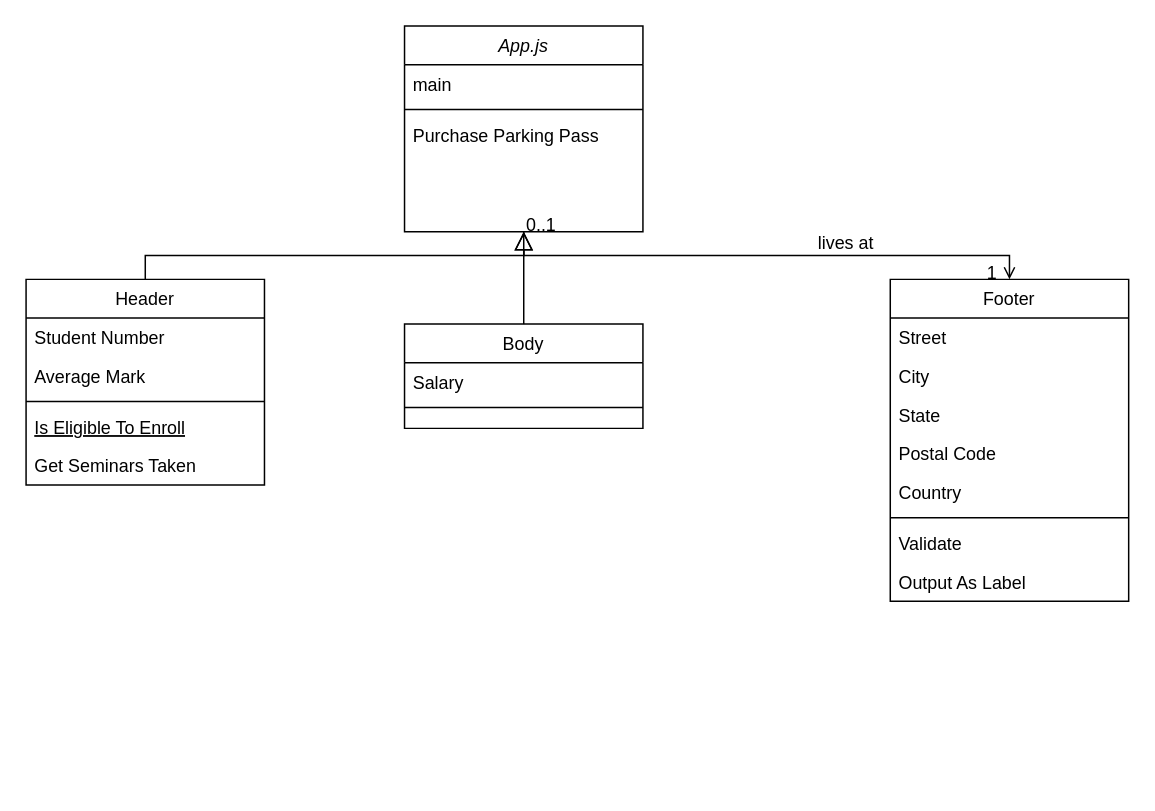
Above: Glog_Structure.drawio in junzero741/Glog (draw.io), before the change. Source tidied: cells renumbered, new cells numbered last; positions are measured from the earlier drawing's top-left corner, leaving out a move shared by most shapes. Both pictures are drawn from the tidied source at 149%, with x=0, y=0 at pixel (25, 25).
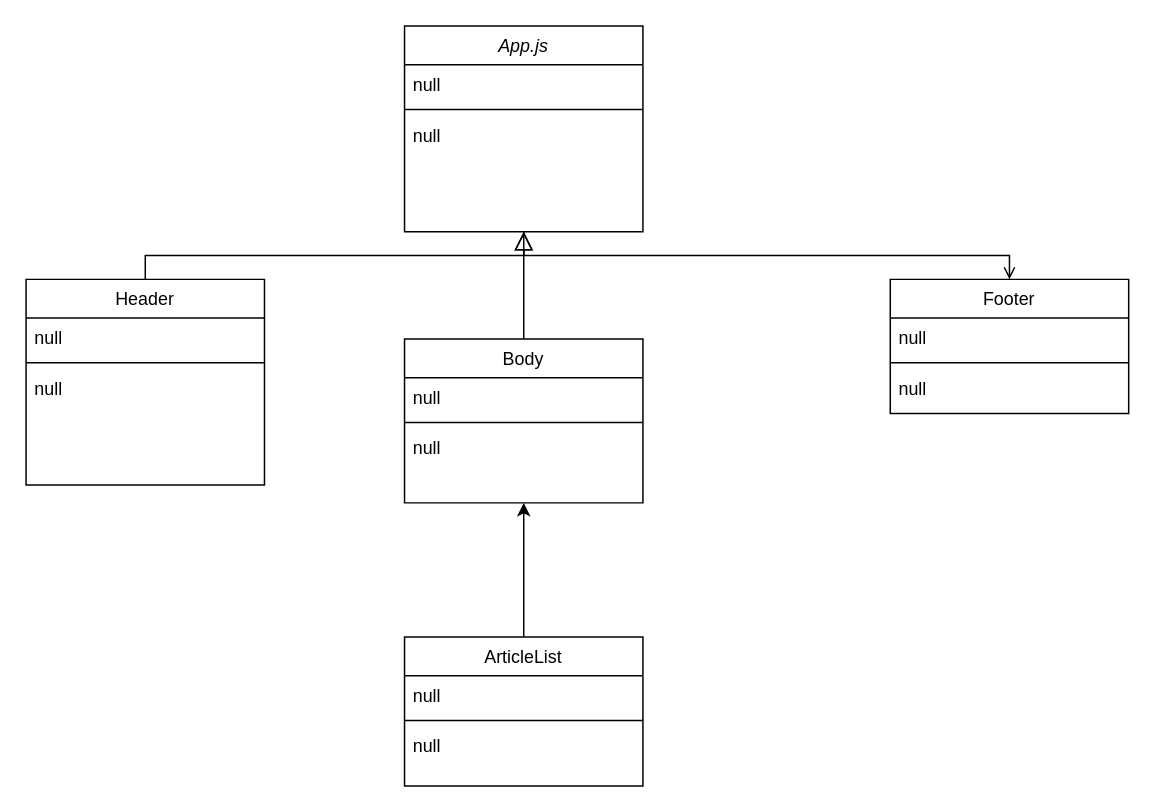
The same page after the edit.

Unchanged cells that the change refers to:
```xml
<mxCell id="2" value="App.js" style="swimlane;fontStyle=2;align=center;verticalAlign=top;horizontal=1;startSize=26;rounded=0;shadow=0;strokeWidth=1;" parent="1" vertex="1">
  <mxGeometry x="254" width="160" height="138" as="geometry" />
</mxCell>
<mxCell id="6" value="Header" style="swimlane;fontStyle=0;align=center;verticalAlign=top;horizontal=1;startSize=26;rounded=0;shadow=0;strokeWidth=1;" parent="1" vertex="1">
  <mxGeometry y="170" width="160" height="138" as="geometry" />
</mxCell>
<mxCell id="26" style="endArrow=open;shadow=0;strokeWidth=1;rounded=0;endFill=1;edgeStyle=elbowEdgeStyle;elbow=vertical;" parent="1" edge="1" source="2" target="17">
  <mxGeometry x="0.5" y="41" relative="1" as="geometry">
    <mxPoint x="-40" y="32" as="offset" />
  </mxGeometry>
</mxCell>
```

Diff of the diagram source:
```diff
@@
-    <mxCell id="3" value="main" style="text;align=left;verticalAlign=top;spacingLeft=4;spacingRight=4;overflow=hidden;" parent="2" vertex="1">
+    <mxCell id="3" value="null" style="text;align=left;verticalAlign=top;spacingLeft=4;spacingRight=4;overflow=hidden;" parent="2" vertex="1">
       <mxGeometry y="26" width="160" height="26" as="geometry" />
     </mxCell>
@@
-    <mxCell id="5" value="Purchase Parking Pass" style="text;align=left;verticalAlign=top;spacingLeft=4;spacingRight=4;overflow=hidden;" parent="2" vertex="1">
+    <mxCell id="5" value="null" style="text;align=left;verticalAlign=top;spacingLeft=4;spacingRight=4;overflow=hidden;" parent="2" vertex="1">
       <mxGeometry y="60" width="160" height="26" as="geometry" />
     </mxCell>
@@
-    <mxCell id="7" value="Student Number" style="text;align=left;verticalAlign=top;spacingLeft=4;spacingRight=4;overflow=hidden;" parent="6" vertex="1">
-      <mxGeometry y="26" width="160" height="26" as="geometry" />
-    </mxCell>
-    <mxCell id="8" value="Average Mark" style="text;align=left;verticalAlign=top;spacingLeft=4;spacingRight=4;overflow=hidden;rounded=0;shadow=0;html=0;" parent="6" vertex="1">
-      <mxGeometry y="52" width="160" height="26" as="geometry" />
+    <mxCell id="8" value="null" style="text;align=left;verticalAlign=top;spacingLeft=4;spacingRight=4;overflow=hidden;rounded=0;shadow=0;html=0;" parent="6" vertex="1">
+      <mxGeometry y="26" width="160" height="26" as="geometry" />
     </mxCell>
     <mxCell id="9" style="line;html=1;strokeWidth=1;align=left;verticalAlign=middle;spacingTop=-1;spacingLeft=3;spacingRight=3;labelPosition=right;" parent="6" vertex="1">
-      <mxGeometry y="78" width="160" height="8" as="geometry" />
+      <mxGeometry y="52" width="160" height="8" as="geometry" />
     </mxCell>
-    <mxCell id="10" value="Is Eligible To Enroll" style="text;align=left;verticalAlign=top;spacingLeft=4;spacingRight=4;overflow=hidden;fontStyle=4;" parent="6" vertex="1">
-      <mxGeometry y="86" width="160" height="26" as="geometry" />
-    </mxCell>
-    <mxCell id="11" value="Get Seminars Taken" style="text;align=left;verticalAlign=top;spacingLeft=4;spacingRight=4;overflow=hidden;" parent="6" vertex="1">
-      <mxGeometry y="112" width="160" height="26" as="geometry" />
+    <mxCell id="11" value="null" style="text;align=left;verticalAlign=top;spacingLeft=4;spacingRight=4;overflow=hidden;" parent="6" vertex="1">
+      <mxGeometry y="60" width="160" height="26" as="geometry" />
     </mxCell>
@@
     <mxCell id="13" value="Body" style="swimlane;fontStyle=0;align=center;verticalAlign=top;horizontal=1;startSize=26;rounded=0;shadow=0;strokeWidth=1;" parent="1" vertex="1">
-      <mxGeometry x="254" y="200" width="160" height="70" as="geometry" />
+      <mxGeometry x="254" y="210" width="160" height="110" as="geometry" />
     </mxCell>
-    <mxCell id="14" value="Salary" style="text;align=left;verticalAlign=top;spacingLeft=4;spacingRight=4;overflow=hidden;" parent="13" vertex="1">
+    <mxCell id="14" value="null" style="text;align=left;verticalAlign=top;spacingLeft=4;spacingRight=4;overflow=hidden;" parent="13" vertex="1">
       <mxGeometry y="26" width="160" height="26" as="geometry" />
     </mxCell>
@@
+    <mxCell id="30" value="null" style="text;align=left;verticalAlign=top;spacingLeft=4;spacingRight=4;overflow=hidden;" parent="13" vertex="1">
+      <mxGeometry y="60" width="160" height="26" as="geometry" />
+    </mxCell>
@@
     <mxCell id="17" value="Footer" style="swimlane;fontStyle=0;align=center;verticalAlign=top;horizontal=1;startSize=26;rounded=0;shadow=0;strokeWidth=1;" parent="1" vertex="1">
-      <mxGeometry x="580" y="170" width="160" height="216" as="geometry" />
+      <mxGeometry x="580" y="170" width="160" height="90" as="geometry" />
     </mxCell>
-    <mxCell id="18" value="Street" style="text;align=left;verticalAlign=top;spacingLeft=4;spacingRight=4;overflow=hidden;" parent="17" vertex="1">
+    <mxCell id="18" value="null" style="text;align=left;verticalAlign=top;spacingLeft=4;spacingRight=4;overflow=hidden;" parent="17" vertex="1">
       <mxGeometry y="26" width="160" height="26" as="geometry" />
     </mxCell>
-    <mxCell id="19" value="City" style="text;align=left;verticalAlign=top;spacingLeft=4;spacingRight=4;overflow=hidden;rounded=0;shadow=0;html=0;" parent="17" vertex="1">
-      <mxGeometry y="52" width="160" height="26" as="geometry" />
-    </mxCell>
-    <mxCell id="20" value="State" style="text;align=left;verticalAlign=top;spacingLeft=4;spacingRight=4;overflow=hidden;rounded=0;shadow=0;html=0;" parent="17" vertex="1">
-      <mxGeometry y="78" width="160" height="26" as="geometry" />
-    </mxCell>
-    <mxCell id="21" value="Postal Code" style="text;align=left;verticalAlign=top;spacingLeft=4;spacingRight=4;overflow=hidden;rounded=0;shadow=0;html=0;" parent="17" vertex="1">
-      <mxGeometry y="104" width="160" height="26" as="geometry" />
-    </mxCell>
-    <mxCell id="22" value="Country" style="text;align=left;verticalAlign=top;spacingLeft=4;spacingRight=4;overflow=hidden;rounded=0;shadow=0;html=0;" parent="17" vertex="1">
-      <mxGeometry y="130" width="160" height="26" as="geometry" />
-    </mxCell>
     <mxCell id="23" style="line;html=1;strokeWidth=1;align=left;verticalAlign=middle;spacingTop=-1;spacingLeft=3;spacingRight=3;labelPosition=right;" parent="17" vertex="1">
-      <mxGeometry y="156" width="160" height="8" as="geometry" />
+      <mxGeometry y="52" width="160" height="8" as="geometry" />
     </mxCell>
-    <mxCell id="24" value="Validate" style="text;align=left;verticalAlign=top;spacingLeft=4;spacingRight=4;overflow=hidden;" parent="17" vertex="1">
-      <mxGeometry y="164" width="160" height="26" as="geometry" />
+    <mxCell id="24" value="null" style="text;align=left;verticalAlign=top;spacingLeft=4;spacingRight=4;overflow=hidden;" parent="17" vertex="1">
+      <mxGeometry y="60" width="160" height="26" as="geometry" />
     </mxCell>
-    <mxCell id="25" value="Output As Label" style="text;align=left;verticalAlign=top;spacingLeft=4;spacingRight=4;overflow=hidden;" parent="17" vertex="1">
-      <mxGeometry y="190" width="160" height="26" as="geometry" />
-    </mxCell>
@@
-    <mxCell id="27" value="0..1" style="align=left;verticalAlign=bottom;labelBackgroundColor=none;fontSize=12;" parent="26" vertex="1">
-      <mxGeometry x="-1" relative="1" as="geometry">
-        <mxPoint y="4" as="offset" />
-      </mxGeometry>
-    </mxCell>
-    <mxCell id="28" value="1" style="align=right;verticalAlign=bottom;labelBackgroundColor=none;fontSize=12;" parent="26" vertex="1">
-      <mxGeometry x="1" relative="1" as="geometry">
-        <mxPoint x="-7" y="4" as="offset" />
-      </mxGeometry>
-    </mxCell>
-    <mxCell id="29" value="lives at" style="text;html=1;align=center;verticalAlign=middle;labelBackgroundColor=none;rounded=0;shadow=0;strokeWidth=1;fontSize=12;" parent="26" vertex="1">
-      <mxGeometry x="0.5" y="49" relative="1" as="geometry">
-        <mxPoint x="-38" y="40" as="offset" />
-      </mxGeometry>
-    </mxCell>
+    <mxCell id="31" style="edgeStyle=orthogonalEdgeStyle;rounded=0;jettySize=auto;html=1;entryX=0.5;entryY=1;entryDx=0;entryDy=0;" parent="1" edge="1" source="32" target="13">
+      <mxGeometry relative="1" as="geometry" />
+    </mxCell>
+    <mxCell id="32" value="ArticleList" style="swimlane;fontStyle=0;align=center;verticalAlign=top;horizontal=1;startSize=26;rounded=0;shadow=0;strokeWidth=1;" parent="1" vertex="1">
+      <mxGeometry x="254" y="410" width="160" height="100" as="geometry" />
+    </mxCell>
+    <mxCell id="33" value="null" style="text;align=left;verticalAlign=top;spacingLeft=4;spacingRight=4;overflow=hidden;" parent="32" vertex="1">
+      <mxGeometry y="26" width="160" height="26" as="geometry" />
+    </mxCell>
+    <mxCell id="34" style="line;html=1;strokeWidth=1;align=left;verticalAlign=middle;spacingTop=-1;spacingLeft=3;spacingRight=3;labelPosition=right;" parent="32" vertex="1">
+      <mxGeometry y="52" width="160" height="8" as="geometry" />
+    </mxCell>
+    <mxCell id="35" value="null" style="text;align=left;verticalAlign=top;spacingLeft=4;spacingRight=4;overflow=hidden;" parent="32" vertex="1">
+      <mxGeometry y="60" width="160" height="26" as="geometry" />
+    </mxCell>
```
